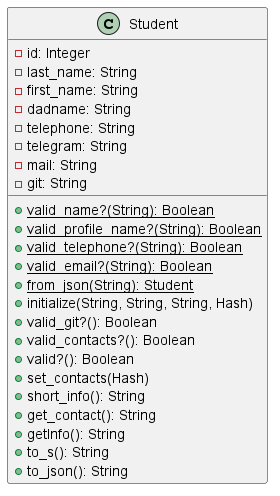
This is LR2/diagram/StudentClassDiagram.png from KREEAL/RubyLabs, a PlantUML export, as it was before one commit.
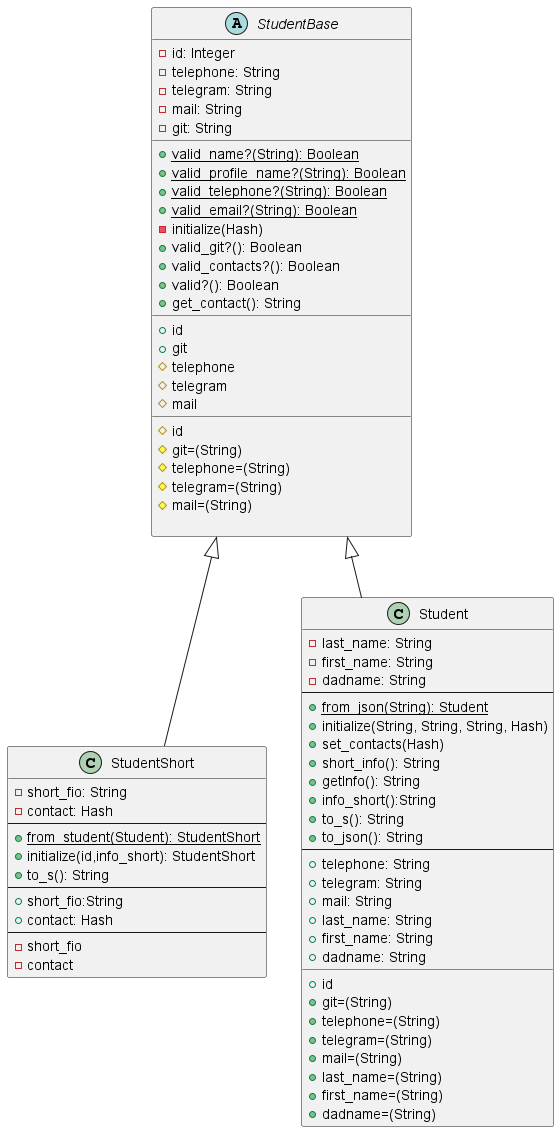
Later version of the same file.

Commit message:
Актуальная диаграмма классов

The edit, as a diff of the source:
```diff
@@ -1,28 +1,77 @@
 @startuml
-
-class Student {
+abstract class StudentBase {
     -id: Integer
-    -last_name: String
-    -first_name: String
-    -dadname: String
     -telephone: String
     -telegram: String
     -mail: String
     -git: String
+    __
     +{static}valid_name?(String): Boolean
     +{static}valid_profile_name?(String): Boolean
     +{static}valid_telephone?(String): Boolean
     +{static}valid_email?(String): Boolean
-    +{static}from_json(String): Student
-    +initialize(String, String, String, Hash)
+    -initialize(Hash)
     +valid_git?(): Boolean
     +valid_contacts?(): Boolean
     +valid?(): Boolean
+    +get_contact(): String
+    __
+    +id
+    +git
+    #telephone
+    #telegram
+    #mail
+    __
+    #id
+    #git=(String)
+    #telephone=(String)
+    #telegram=(String)
+    #mail=(String)
+
+}
+class StudentShort extends StudentBase {
+    -short_fio: String
+    -contact: Hash
+    --
+    +{static}from_student(Student): StudentShort
+    +initialize(id,info_short): StudentShort
+    +to_s(): String
+    --
+    +short_fio:String
+    +contact: Hash
+    --
+    -short_fio
+    -contact
+}
+class Student extends StudentBase{
+    -last_name: String
+    -first_name: String
+    -dadname: String
+    --
+    +{static}from_json(String): Student
+    +initialize(String, String, String, Hash)
     +set_contacts(Hash)
     +short_info(): String
-    +get_contact(): String
     +getInfo(): String
+    +info_short():String
     +to_s(): String
     +to_json(): String
+    --
+    +telephone: String
+    +telegram: String
+    +mail: String
+    +last_name: String
+    +first_name: String
+    +dadname: String
+    __
+    +id
+    +git=(String)
+    +telephone=(String)
+    +telegram=(String)
+    +mail=(String)
+    +last_name=(String)
+    +first_name=(String)
+    +dadname=(String)
 }
+
 @enduml
```
